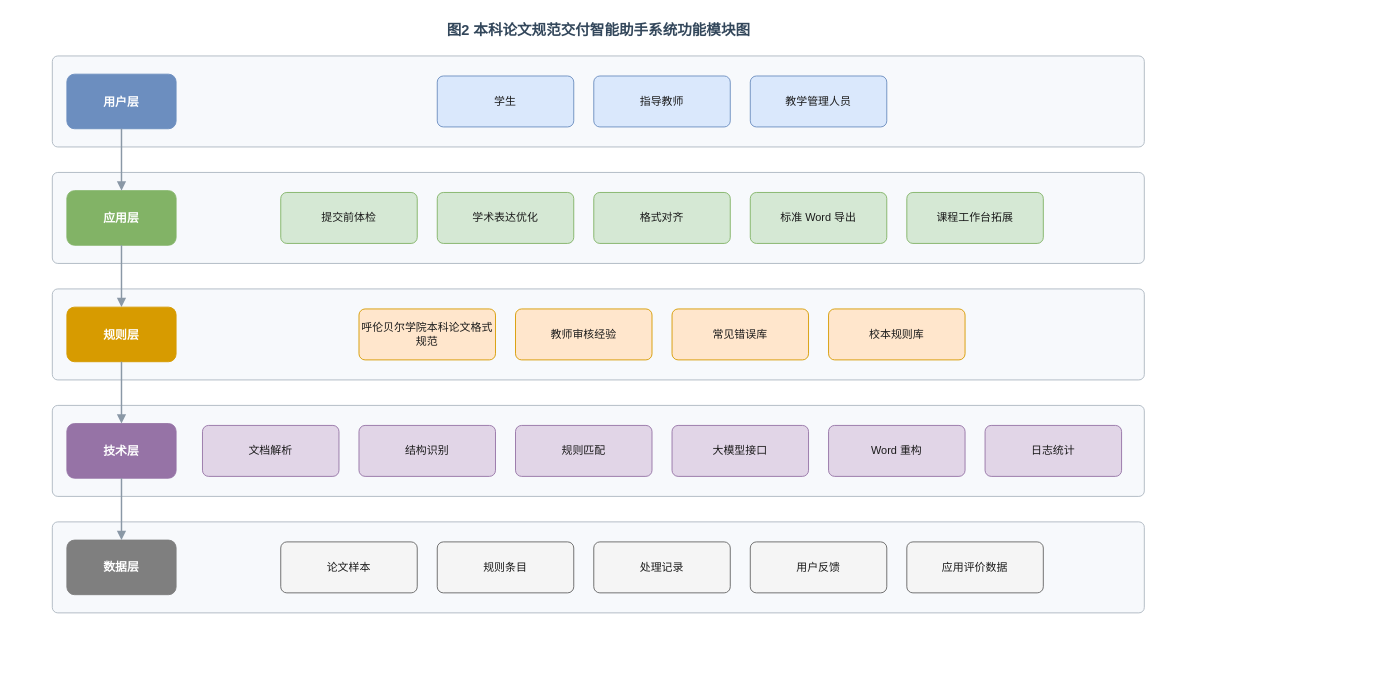
Before: docs/drawio/图2-系统功能模块图.drawio in LetItGoBoy/thesis-formatter, a draw.io diagram. Source tidied: cells renumbered, new cells numbered last; positions are measured from the earlier drawing's top-left corner, leaving out a move shared by most shapes. Both pictures are drawn from the tidied source at 91%, with x=0, y=0 at pixel (15, 15).
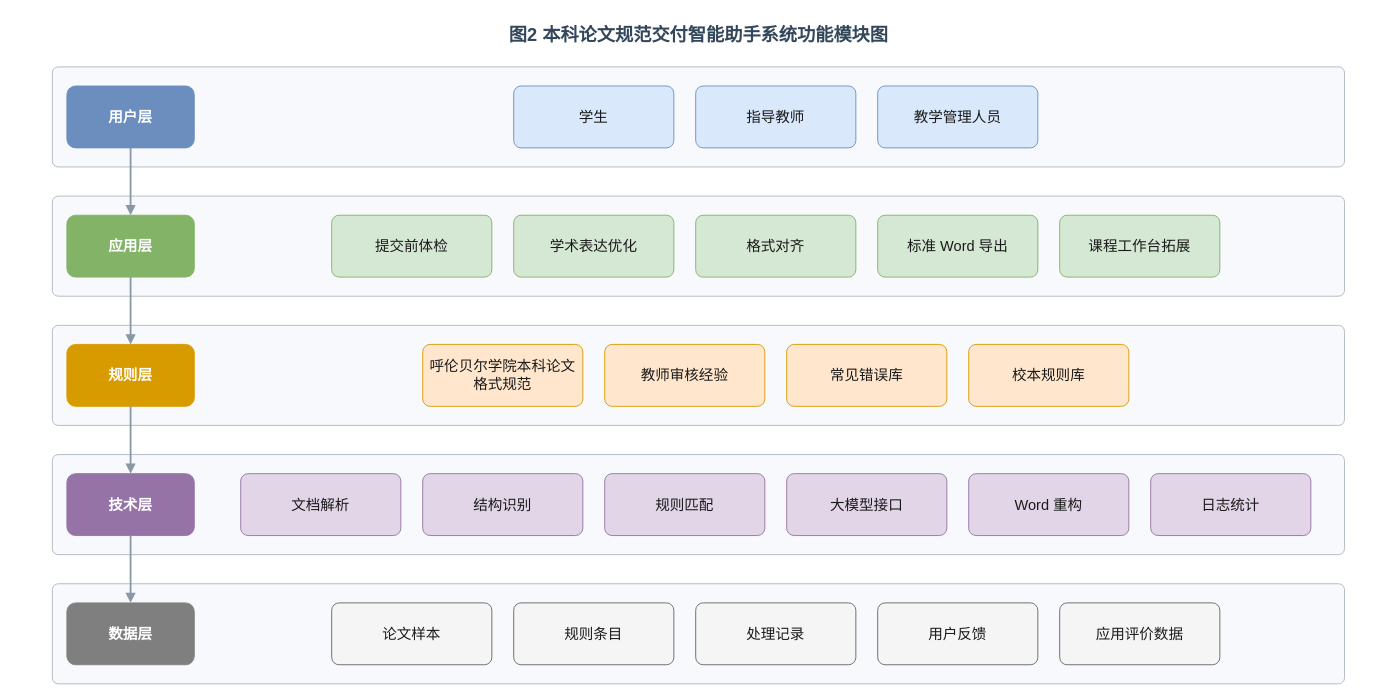
Above is the later version.

Diff of the diagram source:
```diff
@@
-    <mxCell id="2" value="图2  本科论文规范交付智能助手系统功能模块图" style="text;html=1;align=center;verticalAlign=middle;fontSize=16;fontStyle=1;fontColor=#33475B;" parent="1" vertex="1">
-      <mxGeometry width="1280" height="30" as="geometry" />
+    <mxCell id="2" value="图2  本科论文规范交付智能助手系统功能模块图" style="text;html=1;align=center;verticalAlign=middle;fontSize=20;fontStyle=1;fontColor=#33475B;" parent="1" vertex="1">
+      <mxGeometry y="2" width="1500" height="36" as="geometry" />
     </mxCell>
     <mxCell id="3" style="rounded=1;arcSize=6;whiteSpace=wrap;html=1;fillColor=#F7F9FC;strokeColor=#AEB8C2;dashed=0;" parent="1" vertex="1">
-      <mxGeometry x="40" y="44" width="1200" height="100" as="geometry" />
+      <mxGeometry x="40" y="56" width="1420" height="110" as="geometry" />
     </mxCell>
-    <mxCell id="4" value="用户层" style="rounded=1;arcSize=14;whiteSpace=wrap;html=1;fillColor=#6C8EBF;strokeColor=#6C8EBF;fontColor=#FFFFFF;fontStyle=1;fontSize=13;" parent="1" vertex="1">
-      <mxGeometry x="56" y="64" width="120" height="60" as="geometry" />
+    <mxCell id="4" value="用户层" style="rounded=1;arcSize=14;whiteSpace=wrap;html=1;fillColor=#6C8EBF;strokeColor=#6C8EBF;fontColor=#FFFFFF;fontStyle=1;fontSize=16;" parent="1" vertex="1">
+      <mxGeometry x="56" y="77" width="140" height="68" as="geometry" />
     </mxCell>
-    <mxCell id="5" value="学生" style="rounded=1;arcSize=12;whiteSpace=wrap;html=1;fillColor=#DAE8FC;strokeColor=#6C8EBF;fontColor=#1A1A1A;fontSize=12;shadow=0;" parent="1" vertex="1">
-      <mxGeometry x="463" y="66" width="150" height="56" as="geometry" />
+    <mxCell id="5" value="学生" style="rounded=1;arcSize=12;whiteSpace=wrap;html=1;fillColor=#DAE8FC;strokeColor=#6C8EBF;fontColor=#1A1A1A;fontSize=16;shadow=0;" parent="1" vertex="1">
+      <mxGeometry x="547" y="77" width="176" height="68" as="geometry" />
     </mxCell>
-    <mxCell id="6" value="指导教师" style="rounded=1;arcSize=12;whiteSpace=wrap;html=1;fillColor=#DAE8FC;strokeColor=#6C8EBF;fontColor=#1A1A1A;fontSize=12;shadow=0;" parent="1" vertex="1">
-      <mxGeometry x="635" y="66" width="150" height="56" as="geometry" />
+    <mxCell id="6" value="指导教师" style="rounded=1;arcSize=12;whiteSpace=wrap;html=1;fillColor=#DAE8FC;strokeColor=#6C8EBF;fontColor=#1A1A1A;fontSize=16;shadow=0;" parent="1" vertex="1">
+      <mxGeometry x="747" y="77" width="176" height="68" as="geometry" />
     </mxCell>
-    <mxCell id="7" value="教学管理人员" style="rounded=1;arcSize=12;whiteSpace=wrap;html=1;fillColor=#DAE8FC;strokeColor=#6C8EBF;fontColor=#1A1A1A;fontSize=12;shadow=0;" parent="1" vertex="1">
-      <mxGeometry x="807" y="66" width="150" height="56" as="geometry" />
+    <mxCell id="7" value="教学管理人员" style="rounded=1;arcSize=12;whiteSpace=wrap;html=1;fillColor=#DAE8FC;strokeColor=#6C8EBF;fontColor=#1A1A1A;fontSize=16;shadow=0;" parent="1" vertex="1">
+      <mxGeometry x="947" y="77" width="176" height="68" as="geometry" />
     </mxCell>
     <mxCell id="8" style="rounded=1;arcSize=6;whiteSpace=wrap;html=1;fillColor=#F7F9FC;strokeColor=#AEB8C2;dashed=0;" parent="1" vertex="1">
-      <mxGeometry x="40" y="172" width="1200" height="100" as="geometry" />
+      <mxGeometry x="40" y="198" width="1420" height="110" as="geometry" />
     </mxCell>
-    <mxCell id="9" value="应用层" style="rounded=1;arcSize=14;whiteSpace=wrap;html=1;fillColor=#82B366;strokeColor=#82B366;fontColor=#FFFFFF;fontStyle=1;fontSize=13;" parent="1" vertex="1">
-      <mxGeometry x="56" y="192" width="120" height="60" as="geometry" />
+    <mxCell id="9" value="应用层" style="rounded=1;arcSize=14;whiteSpace=wrap;html=1;fillColor=#82B366;strokeColor=#82B366;fontColor=#FFFFFF;fontStyle=1;fontSize=16;" parent="1" vertex="1">
+      <mxGeometry x="56" y="219" width="140" height="68" as="geometry" />
     </mxCell>
-    <mxCell id="10" value="提交前体检" style="rounded=1;arcSize=12;whiteSpace=wrap;html=1;fillColor=#D5E8D4;strokeColor=#82B366;fontColor=#1A1A1A;fontSize=12;shadow=0;" parent="1" vertex="1">
-      <mxGeometry x="291" y="194" width="150" height="56" as="geometry" />
+    <mxCell id="10" value="提交前体检" style="rounded=1;arcSize=12;whiteSpace=wrap;html=1;fillColor=#D5E8D4;strokeColor=#82B366;fontColor=#1A1A1A;fontSize=16;shadow=0;" parent="1" vertex="1">
+      <mxGeometry x="347" y="219" width="176" height="68" as="geometry" />
     </mxCell>
-    <mxCell id="11" value="学术表达优化" style="rounded=1;arcSize=12;whiteSpace=wrap;html=1;fillColor=#D5E8D4;strokeColor=#82B366;fontColor=#1A1A1A;fontSize=12;shadow=0;" parent="1" vertex="1">
-      <mxGeometry x="463" y="194" width="150" height="56" as="geometry" />
+    <mxCell id="11" value="学术表达优化" style="rounded=1;arcSize=12;whiteSpace=wrap;html=1;fillColor=#D5E8D4;strokeColor=#82B366;fontColor=#1A1A1A;fontSize=16;shadow=0;" parent="1" vertex="1">
+      <mxGeometry x="547" y="219" width="176" height="68" as="geometry" />
     </mxCell>
-    <mxCell id="12" value="格式对齐" style="rounded=1;arcSize=12;whiteSpace=wrap;html=1;fillColor=#D5E8D4;strokeColor=#82B366;fontColor=#1A1A1A;fontSize=12;shadow=0;" parent="1" vertex="1">
-      <mxGeometry x="635" y="194" width="150" height="56" as="geometry" />
+    <mxCell id="12" value="格式对齐" style="rounded=1;arcSize=12;whiteSpace=wrap;html=1;fillColor=#D5E8D4;strokeColor=#82B366;fontColor=#1A1A1A;fontSize=16;shadow=0;" parent="1" vertex="1">
+      <mxGeometry x="747" y="219" width="176" height="68" as="geometry" />
     </mxCell>
-    <mxCell id="13" value="标准 Word 导出" style="rounded=1;arcSize=12;whiteSpace=wrap;html=1;fillColor=#D5E8D4;strokeColor=#82B366;fontColor=#1A1A1A;fontSize=12;shadow=0;" parent="1" vertex="1">
-      <mxGeometry x="807" y="194" width="150" height="56" as="geometry" />
+    <mxCell id="13" value="标准 Word 导出" style="rounded=1;arcSize=12;whiteSpace=wrap;html=1;fillColor=#D5E8D4;strokeColor=#82B366;fontColor=#1A1A1A;fontSize=16;shadow=0;" parent="1" vertex="1">
+      <mxGeometry x="947" y="219" width="176" height="68" as="geometry" />
     </mxCell>
-    <mxCell id="14" value="课程工作台拓展" style="rounded=1;arcSize=12;whiteSpace=wrap;html=1;fillColor=#D5E8D4;strokeColor=#82B366;fontColor=#1A1A1A;fontSize=12;shadow=0;" parent="1" vertex="1">
-      <mxGeometry x="979" y="194" width="150" height="56" as="geometry" />
+    <mxCell id="14" value="课程工作台拓展" style="rounded=1;arcSize=12;whiteSpace=wrap;html=1;fillColor=#D5E8D4;strokeColor=#82B366;fontColor=#1A1A1A;fontSize=16;shadow=0;" parent="1" vertex="1">
+      <mxGeometry x="1147" y="219" width="176" height="68" as="geometry" />
     </mxCell>
     <mxCell id="15" style="rounded=1;arcSize=6;whiteSpace=wrap;html=1;fillColor=#F7F9FC;strokeColor=#AEB8C2;dashed=0;" parent="1" vertex="1">
-      <mxGeometry x="40" y="300" width="1200" height="100" as="geometry" />
+      <mxGeometry x="40" y="340" width="1420" height="110" as="geometry" />
     </mxCell>
-    <mxCell id="16" value="规则层" style="rounded=1;arcSize=14;whiteSpace=wrap;html=1;fillColor=#D79B00;strokeColor=#D79B00;fontColor=#FFFFFF;fontStyle=1;fontSize=13;" parent="1" vertex="1">
-      <mxGeometry x="56" y="320" width="120" height="60" as="geometry" />
+    <mxCell id="16" value="规则层" style="rounded=1;arcSize=14;whiteSpace=wrap;html=1;fillColor=#D79B00;strokeColor=#D79B00;fontColor=#FFFFFF;fontStyle=1;fontSize=16;" parent="1" vertex="1">
+      <mxGeometry x="56" y="361" width="140" height="68" as="geometry" />
     </mxCell>
-    <mxCell id="17" value="呼伦贝尔学院本科论文格式规范" style="rounded=1;arcSize=12;whiteSpace=wrap;html=1;fillColor=#FFE6CC;strokeColor=#D79B00;fontColor=#1A1A1A;fontSize=12;shadow=0;" parent="1" vertex="1">
-      <mxGeometry x="377" y="322" width="150" height="56" as="geometry" />
+    <mxCell id="17" value="呼伦贝尔学院本科论文格式规范" style="rounded=1;arcSize=12;whiteSpace=wrap;html=1;fillColor=#FFE6CC;strokeColor=#D79B00;fontColor=#1A1A1A;fontSize=16;shadow=0;" parent="1" vertex="1">
+      <mxGeometry x="447" y="361" width="176" height="68" as="geometry" />
     </mxCell>
-    <mxCell id="18" value="教师审核经验" style="rounded=1;arcSize=12;whiteSpace=wrap;html=1;fillColor=#FFE6CC;strokeColor=#D79B00;fontColor=#1A1A1A;fontSize=12;shadow=0;" parent="1" vertex="1">
-      <mxGeometry x="549" y="322" width="150" height="56" as="geometry" />
+    <mxCell id="18" value="教师审核经验" style="rounded=1;arcSize=12;whiteSpace=wrap;html=1;fillColor=#FFE6CC;strokeColor=#D79B00;fontColor=#1A1A1A;fontSize=16;shadow=0;" parent="1" vertex="1">
+      <mxGeometry x="647" y="361" width="176" height="68" as="geometry" />
     </mxCell>
-    <mxCell id="19" value="常见错误库" style="rounded=1;arcSize=12;whiteSpace=wrap;html=1;fillColor=#FFE6CC;strokeColor=#D79B00;fontColor=#1A1A1A;fontSize=12;shadow=0;" parent="1" vertex="1">
-      <mxGeometry x="721" y="322" width="150" height="56" as="geometry" />
+    <mxCell id="19" value="常见错误库" style="rounded=1;arcSize=12;whiteSpace=wrap;html=1;fillColor=#FFE6CC;strokeColor=#D79B00;fontColor=#1A1A1A;fontSize=16;shadow=0;" parent="1" vertex="1">
+      <mxGeometry x="847" y="361" width="176" height="68" as="geometry" />
     </mxCell>
-    <mxCell id="20" value="校本规则库" style="rounded=1;arcSize=12;whiteSpace=wrap;html=1;fillColor=#FFE6CC;strokeColor=#D79B00;fontColor=#1A1A1A;fontSize=12;shadow=0;" parent="1" vertex="1">
-      <mxGeometry x="893" y="322" width="150" height="56" as="geometry" />
+    <mxCell id="20" value="校本规则库" style="rounded=1;arcSize=12;whiteSpace=wrap;html=1;fillColor=#FFE6CC;strokeColor=#D79B00;fontColor=#1A1A1A;fontSize=16;shadow=0;" parent="1" vertex="1">
+      <mxGeometry x="1047" y="361" width="176" height="68" as="geometry" />
     </mxCell>
     <mxCell id="21" style="rounded=1;arcSize=6;whiteSpace=wrap;html=1;fillColor=#F7F9FC;strokeColor=#AEB8C2;dashed=0;" parent="1" vertex="1">
-      <mxGeometry x="40" y="428" width="1200" height="100" as="geometry" />
+      <mxGeometry x="40" y="482" width="1420" height="110" as="geometry" />
     </mxCell>
-    <mxCell id="22" value="技术层" style="rounded=1;arcSize=14;whiteSpace=wrap;html=1;fillColor=#9673A6;strokeColor=#9673A6;fontColor=#FFFFFF;fontStyle=1;fontSize=13;" parent="1" vertex="1">
-      <mxGeometry x="56" y="448" width="120" height="60" as="geometry" />
+    <mxCell id="22" value="技术层" style="rounded=1;arcSize=14;whiteSpace=wrap;html=1;fillColor=#9673A6;strokeColor=#9673A6;fontColor=#FFFFFF;fontStyle=1;fontSize=16;" parent="1" vertex="1">
+      <mxGeometry x="56" y="503" width="140" height="68" as="geometry" />
     </mxCell>
-    <mxCell id="23" value="文档解析" style="rounded=1;arcSize=12;whiteSpace=wrap;html=1;fillColor=#E1D5E7;strokeColor=#9673A6;fontColor=#1A1A1A;fontSize=12;shadow=0;" parent="1" vertex="1">
-      <mxGeometry x="205" y="450" width="150" height="56" as="geometry" />
+    <mxCell id="23" value="文档解析" style="rounded=1;arcSize=12;whiteSpace=wrap;html=1;fillColor=#E1D5E7;strokeColor=#9673A6;fontColor=#1A1A1A;fontSize=16;shadow=0;" parent="1" vertex="1">
+      <mxGeometry x="247" y="503" width="176" height="68" as="geometry" />
     </mxCell>
-    <mxCell id="24" value="结构识别" style="rounded=1;arcSize=12;whiteSpace=wrap;html=1;fillColor=#E1D5E7;strokeColor=#9673A6;fontColor=#1A1A1A;fontSize=12;shadow=0;" parent="1" vertex="1">
-      <mxGeometry x="377" y="450" width="150" height="56" as="geometry" />
+    <mxCell id="24" value="结构识别" style="rounded=1;arcSize=12;whiteSpace=wrap;html=1;fillColor=#E1D5E7;strokeColor=#9673A6;fontColor=#1A1A1A;fontSize=16;shadow=0;" parent="1" vertex="1">
+      <mxGeometry x="447" y="503" width="176" height="68" as="geometry" />
     </mxCell>
-    <mxCell id="25" value="规则匹配" style="rounded=1;arcSize=12;whiteSpace=wrap;html=1;fillColor=#E1D5E7;strokeColor=#9673A6;fontColor=#1A1A1A;fontSize=12;shadow=0;" parent="1" vertex="1">
-      <mxGeometry x="549" y="450" width="150" height="56" as="geometry" />
+    <mxCell id="25" value="规则匹配" style="rounded=1;arcSize=12;whiteSpace=wrap;html=1;fillColor=#E1D5E7;strokeColor=#9673A6;fontColor=#1A1A1A;fontSize=16;shadow=0;" parent="1" vertex="1">
+      <mxGeometry x="647" y="503" width="176" height="68" as="geometry" />
     </mxCell>
-    <mxCell id="26" value="大模型接口" style="rounded=1;arcSize=12;whiteSpace=wrap;html=1;fillColor=#E1D5E7;strokeColor=#9673A6;fontColor=#1A1A1A;fontSize=12;shadow=0;" parent="1" vertex="1">
-      <mxGeometry x="721" y="450" width="150" height="56" as="geometry" />
+    <mxCell id="26" value="大模型接口" style="rounded=1;arcSize=12;whiteSpace=wrap;html=1;fillColor=#E1D5E7;strokeColor=#9673A6;fontColor=#1A1A1A;fontSize=16;shadow=0;" parent="1" vertex="1">
+      <mxGeometry x="847" y="503" width="176" height="68" as="geometry" />
     </mxCell>
-    <mxCell id="27" value="Word 重构" style="rounded=1;arcSize=12;whiteSpace=wrap;html=1;fillColor=#E1D5E7;strokeColor=#9673A6;fontColor=#1A1A1A;fontSize=12;shadow=0;" parent="1" vertex="1">
-      <mxGeometry x="893" y="450" width="150" height="56" as="geometry" />
+    <mxCell id="27" value="Word 重构" style="rounded=1;arcSize=12;whiteSpace=wrap;html=1;fillColor=#E1D5E7;strokeColor=#9673A6;fontColor=#1A1A1A;fontSize=16;shadow=0;" parent="1" vertex="1">
+      <mxGeometry x="1047" y="503" width="176" height="68" as="geometry" />
     </mxCell>
-    <mxCell id="28" value="日志统计" style="rounded=1;arcSize=12;whiteSpace=wrap;html=1;fillColor=#E1D5E7;strokeColor=#9673A6;fontColor=#1A1A1A;fontSize=12;shadow=0;" parent="1" vertex="1">
-      <mxGeometry x="1065" y="450" width="150" height="56" as="geometry" />
+    <mxCell id="28" value="日志统计" style="rounded=1;arcSize=12;whiteSpace=wrap;html=1;fillColor=#E1D5E7;strokeColor=#9673A6;fontColor=#1A1A1A;fontSize=16;shadow=0;" parent="1" vertex="1">
+      <mxGeometry x="1247" y="503" width="176" height="68" as="geometry" />
     </mxCell>
     <mxCell id="29" style="rounded=1;arcSize=6;whiteSpace=wrap;html=1;fillColor=#F7F9FC;strokeColor=#AEB8C2;dashed=0;" parent="1" vertex="1">
-      <mxGeometry x="40" y="556" width="1200" height="100" as="geometry" />
+      <mxGeometry x="40" y="624" width="1420" height="110" as="geometry" />
     </mxCell>
-    <mxCell id="30" value="数据层" style="rounded=1;arcSize=14;whiteSpace=wrap;html=1;fillColor=#7F7F7F;strokeColor=#7F7F7F;fontColor=#FFFFFF;fontStyle=1;fontSize=13;" parent="1" vertex="1">
-      <mxGeometry x="56" y="576" width="120" height="60" as="geometry" />
+    <mxCell id="30" value="数据层" style="rounded=1;arcSize=14;whiteSpace=wrap;html=1;fillColor=#7F7F7F;strokeColor=#7F7F7F;fontColor=#FFFFFF;fontStyle=1;fontSize=16;" parent="1" vertex="1">
+      <mxGeometry x="56" y="645" width="140" height="68" as="geometry" />
     </mxCell>
-    <mxCell id="31" value="论文样本" style="rounded=1;arcSize=12;whiteSpace=wrap;html=1;fillColor=#F5F5F5;strokeColor=#666666;fontColor=#1A1A1A;fontSize=12;shadow=0;" parent="1" vertex="1">
-      <mxGeometry x="291" y="578" width="150" height="56" as="geometry" />
+    <mxCell id="31" value="论文样本" style="rounded=1;arcSize=12;whiteSpace=wrap;html=1;fillColor=#F5F5F5;strokeColor=#666666;fontColor=#1A1A1A;fontSize=16;shadow=0;" parent="1" vertex="1">
+      <mxGeometry x="347" y="645" width="176" height="68" as="geometry" />
     </mxCell>
-    <mxCell id="32" value="规则条目" style="rounded=1;arcSize=12;whiteSpace=wrap;html=1;fillColor=#F5F5F5;strokeColor=#666666;fontColor=#1A1A1A;fontSize=12;shadow=0;" parent="1" vertex="1">
-      <mxGeometry x="463" y="578" width="150" height="56" as="geometry" />
+    <mxCell id="32" value="规则条目" style="rounded=1;arcSize=12;whiteSpace=wrap;html=1;fillColor=#F5F5F5;strokeColor=#666666;fontColor=#1A1A1A;fontSize=16;shadow=0;" parent="1" vertex="1">
+      <mxGeometry x="547" y="645" width="176" height="68" as="geometry" />
     </mxCell>
-    <mxCell id="33" value="处理记录" style="rounded=1;arcSize=12;whiteSpace=wrap;html=1;fillColor=#F5F5F5;strokeColor=#666666;fontColor=#1A1A1A;fontSize=12;shadow=0;" parent="1" vertex="1">
-      <mxGeometry x="635" y="578" width="150" height="56" as="geometry" />
+    <mxCell id="33" value="处理记录" style="rounded=1;arcSize=12;whiteSpace=wrap;html=1;fillColor=#F5F5F5;strokeColor=#666666;fontColor=#1A1A1A;fontSize=16;shadow=0;" parent="1" vertex="1">
+      <mxGeometry x="747" y="645" width="176" height="68" as="geometry" />
     </mxCell>
-    <mxCell id="34" value="用户反馈" style="rounded=1;arcSize=12;whiteSpace=wrap;html=1;fillColor=#F5F5F5;strokeColor=#666666;fontColor=#1A1A1A;fontSize=12;shadow=0;" parent="1" vertex="1">
-      <mxGeometry x="807" y="578" width="150" height="56" as="geometry" />
+    <mxCell id="34" value="用户反馈" style="rounded=1;arcSize=12;whiteSpace=wrap;html=1;fillColor=#F5F5F5;strokeColor=#666666;fontColor=#1A1A1A;fontSize=16;shadow=0;" parent="1" vertex="1">
+      <mxGeometry x="947" y="645" width="176" height="68" as="geometry" />
     </mxCell>
-    <mxCell id="35" value="应用评价数据" style="rounded=1;arcSize=12;whiteSpace=wrap;html=1;fillColor=#F5F5F5;strokeColor=#666666;fontColor=#1A1A1A;fontSize=12;shadow=0;" parent="1" vertex="1">
-      <mxGeometry x="979" y="578" width="150" height="56" as="geometry" />
+    <mxCell id="35" value="应用评价数据" style="rounded=1;arcSize=12;whiteSpace=wrap;html=1;fillColor=#F5F5F5;strokeColor=#666666;fontColor=#1A1A1A;fontSize=16;shadow=0;" parent="1" vertex="1">
+      <mxGeometry x="1147" y="645" width="176" height="68" as="geometry" />
     </mxCell>
-    <mxCell id="36" style="edgeStyle=orthogonalEdgeStyle;rounded=1;html=1;strokeColor=#8A98A6;strokeWidth=1.6;endArrow=block;endFill=1;fontSize=11;fontColor=#33475B;" parent="1" edge="1" source="4" target="9">
+    <mxCell id="36" style="edgeStyle=orthogonalEdgeStyle;rounded=1;html=1;strokeColor=#8A98A6;strokeWidth=2;endArrow=block;endFill=1;fontSize=15;fontColor=#33475B;" parent="1" edge="1" source="4" target="9">
       <mxGeometry relative="1" as="geometry" />
     </mxCell>
-    <mxCell id="37" style="edgeStyle=orthogonalEdgeStyle;rounded=1;html=1;strokeColor=#8A98A6;strokeWidth=1.6;endArrow=block;endFill=1;fontSize=11;fontColor=#33475B;" parent="1" edge="1" source="9" target="16">
+    <mxCell id="37" style="edgeStyle=orthogonalEdgeStyle;rounded=1;html=1;strokeColor=#8A98A6;strokeWidth=2;endArrow=block;endFill=1;fontSize=15;fontColor=#33475B;" parent="1" edge="1" source="9" target="16">
       <mxGeometry relative="1" as="geometry" />
     </mxCell>
-    <mxCell id="38" style="edgeStyle=orthogonalEdgeStyle;rounded=1;html=1;strokeColor=#8A98A6;strokeWidth=1.6;endArrow=block;endFill=1;fontSize=11;fontColor=#33475B;" parent="1" edge="1" source="16" target="22">
+    <mxCell id="38" style="edgeStyle=orthogonalEdgeStyle;rounded=1;html=1;strokeColor=#8A98A6;strokeWidth=2;endArrow=block;endFill=1;fontSize=15;fontColor=#33475B;" parent="1" edge="1" source="16" target="22">
       <mxGeometry relative="1" as="geometry" />
     </mxCell>
-    <mxCell id="39" style="edgeStyle=orthogonalEdgeStyle;rounded=1;html=1;strokeColor=#8A98A6;strokeWidth=1.6;endArrow=block;endFill=1;fontSize=11;fontColor=#33475B;" parent="1" edge="1" source="22" target="30">
+    <mxCell id="39" style="edgeStyle=orthogonalEdgeStyle;rounded=1;html=1;strokeColor=#8A98A6;strokeWidth=2;endArrow=block;endFill=1;fontSize=15;fontColor=#33475B;" parent="1" edge="1" source="22" target="30">
       <mxGeometry relative="1" as="geometry" />
     </mxCell>
```
